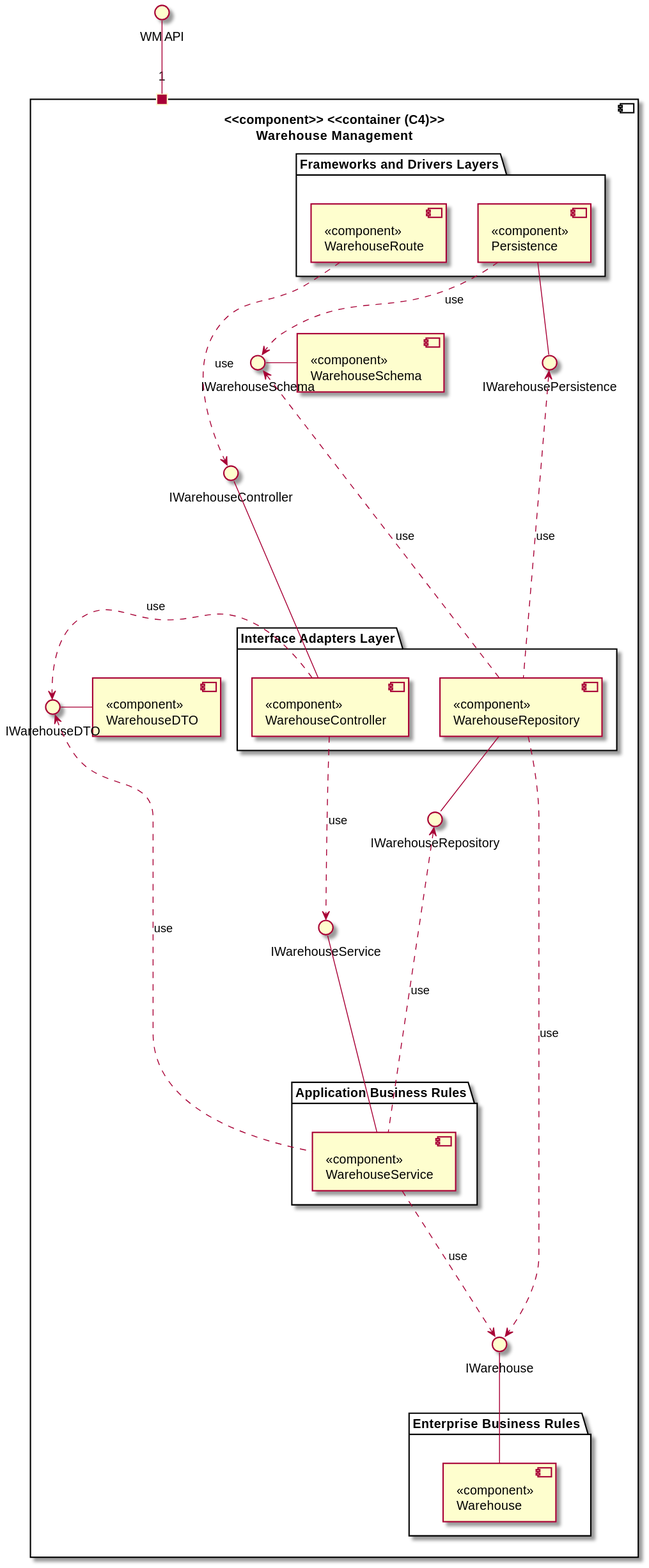
This is Documents/Deployment Diagrams/Level 3/Logical View/Level 3 - Logic View - WM.svg from 0franciscor/dei_3dj_057, a PlantUML export, as it was before one commit. Its diagram source:
```plantuml
@startuml
interface "WM API" as api

component "<<component>> <<container (C4)>>\nWarehouse Management\n"{

    portin 1
    package "Frameworks and Drivers Layers" {
        component "<<component>>\nWarehouseRoute" as UI
        component "<<component>>\nPersistence" as PRT

    }

    package "Interface Adapters Layer" {
        component "<<component>>\nWarehouseController" as CT
        component "<<component>>\nWarehouseRepository" as RP

    }

    component "<<component>>\nWarehouseDTO" as DTO
    component "<<component>>\nWarehouseSchema" as SCHEMA
    interface "IWarehouseController" as API1
    interface "IWarehouseService" as API2
    interface "IWarehousePersistence" as API3
    interface "IWarehouse" as API4
    interface "IWarehouseRepository" as API5
    interface "IWarehouseDTO" as API6
    interface "IWarehouseSchema" as API7

    package "Application Business Rules" {
        component "<<component>>\nWarehouseService" as SV
    }

    package "Enterprise Business Rules" {
        component "<<component>>\nWarehouse" as WH

    }

}

api -- 1
UI -down..> API1 : use
CT -up- API1
SV -up-- API2
CT -down..>API2 : use

PRT -down- API3
RP -up..> API3 : use
WH -up- API4
SV -down..> API4 : use

RP -down-API5
SV -up..> API5 : use
RP -down..> API4 : use

DTO -left- API6
CT -right.> API6 : use
SV -up..> API6 : use

SCHEMA -left- API7
RP -up...> API7 : use

PRT ..> API7 : use

@enduml
```
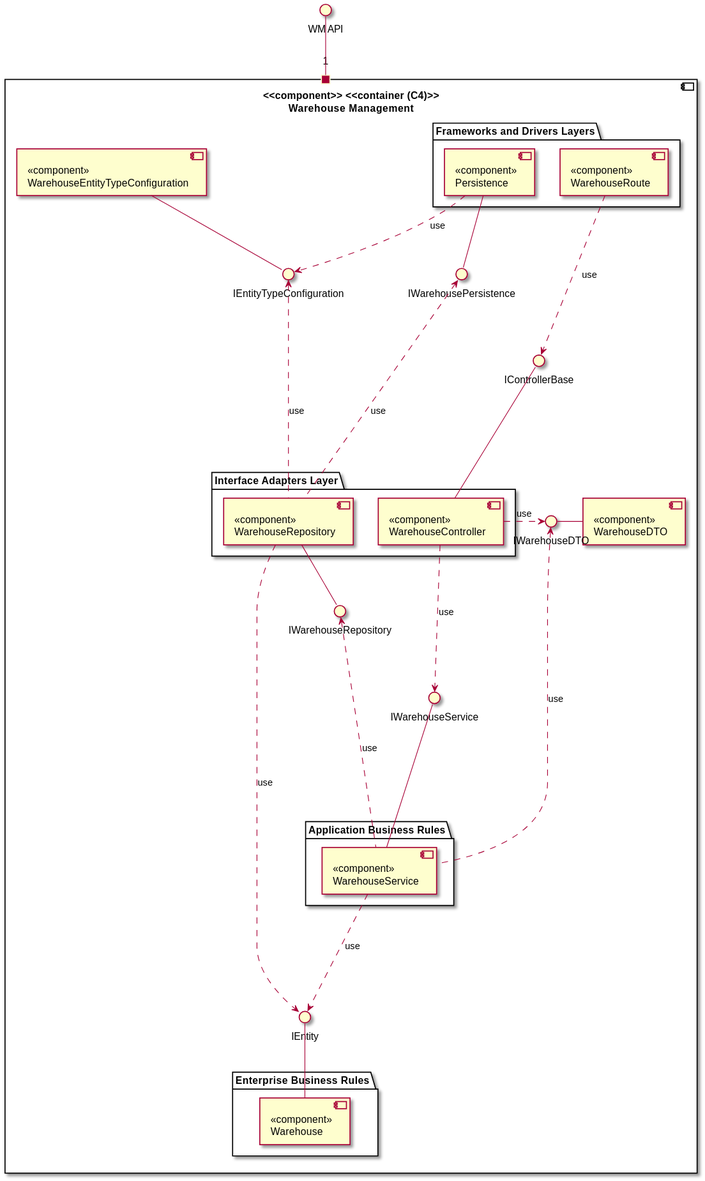
The same diagram one commit later.

What changed in the source:
```diff
@@ -17,14 +17,14 @@
     }
 
     component "<<component>>\nWarehouseDTO" as DTO
-    component "<<component>>\nWarehouseSchema" as SCHEMA
-    interface "IWarehouseController" as API1
+    component "<<component>>\nWarehouseEntityTypeConfiguration" as SCHEMA
+    interface "IControllerBase" as API1
     interface "IWarehouseService" as API2
     interface "IWarehousePersistence" as API3
-    interface "IWarehouse" as API4
+    interface "IEntity" as API4
     interface "IWarehouseRepository" as API5
     interface "IWarehouseDTO" as API6
-    interface "IWarehouseSchema" as API7
+    interface "IEntityTypeConfiguration" as API7
 
     package "Application Business Rules" {
         component "<<component>>\nWarehouseService" as SV
@@ -56,7 +56,7 @@
 CT -right.> API6 : use
 SV -up..> API6 : use
 
-SCHEMA -left- API7
+SCHEMA -- API7
 RP -up...> API7 : use
 
 PRT ..> API7 : use
```
